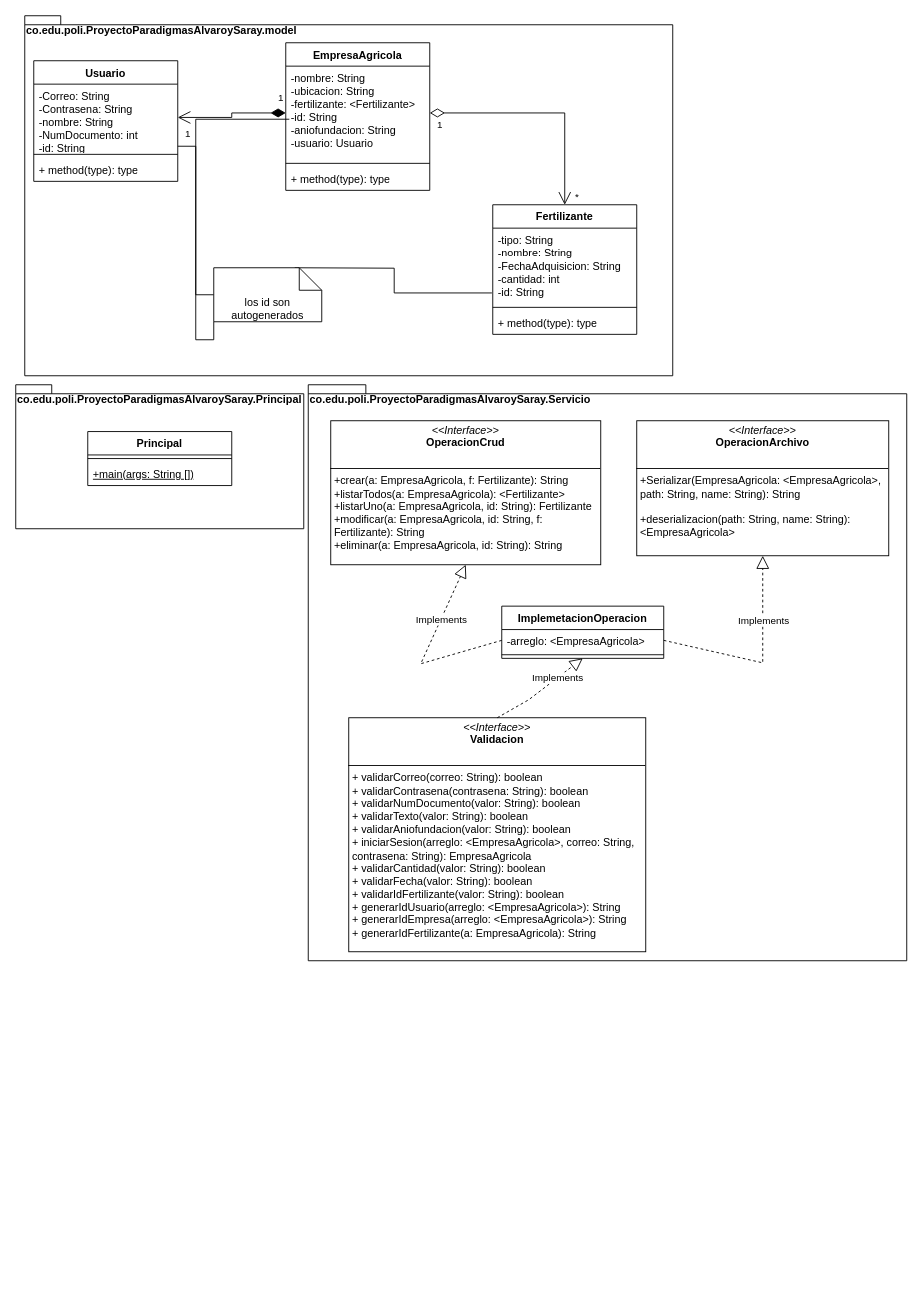
alvaro-555/ProyectoParadigmasAlvaroySaray keeps this draw.io diagram as Diagrama/ProyectoParadigmas.drawio. Above is the earlier version. Source tidied: cells renumbered, new cells numbered last; positions are measured from the earlier drawing's top-left corner, leaving out a move shared by most shapes. Both pictures are drawn from the tidied source at 90%, with x=0, y=0 at pixel (15, 15).
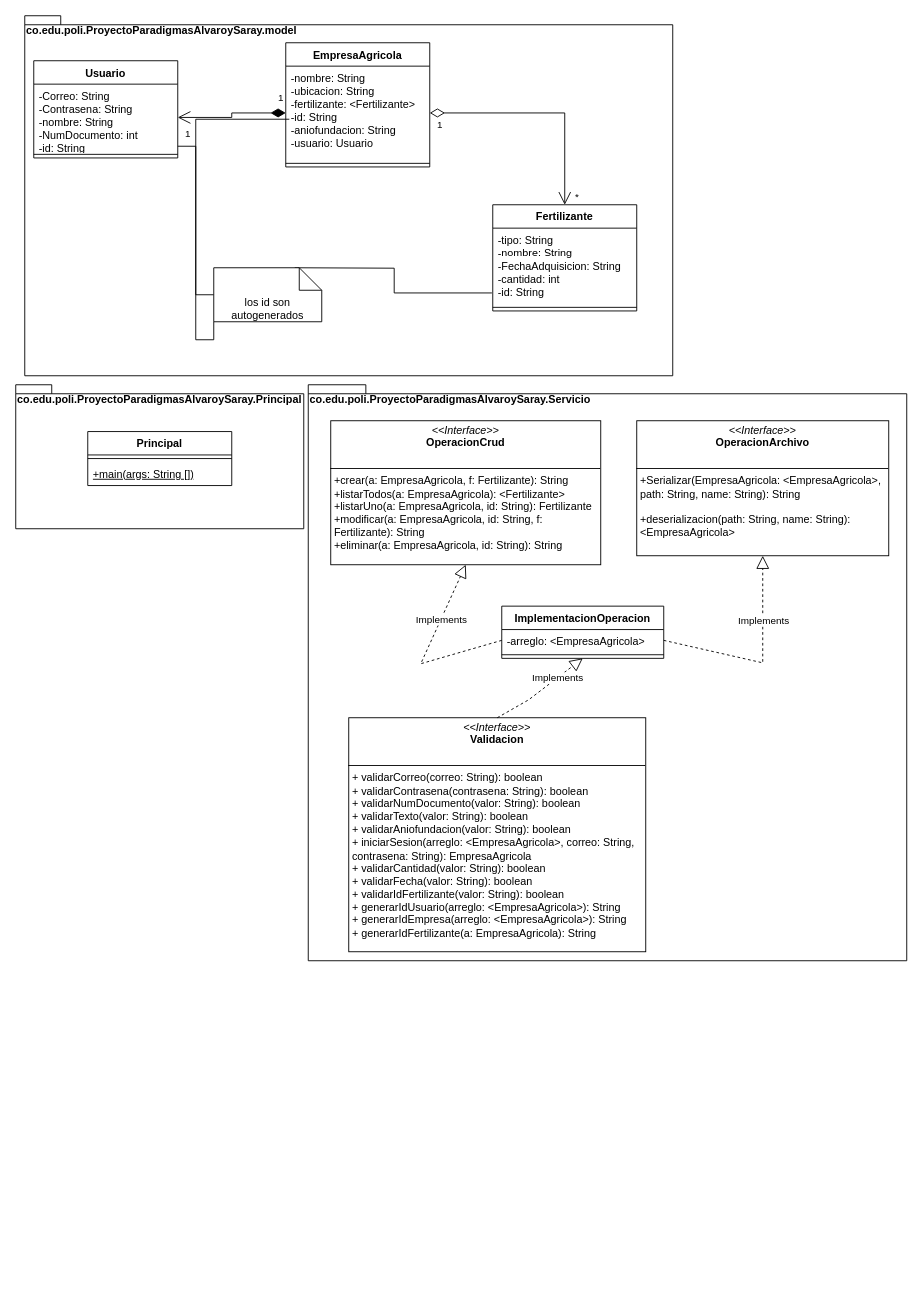
The same diagram, later.

Commit message (it also covers changes not shown here):
se sube el proyecto de paradigmas (gestion de fertilizantes)

The edit, as a diff of the source:
```diff
@@
     <mxCell id="5" value="EmpresaAgricola" style="swimlane;fontStyle=1;align=center;verticalAlign=top;horizontal=1;startSize=26;whiteSpace=wrap;html=1;" parent="1" vertex="1">
-      <mxGeometry x="300" y="30" width="160" height="164" as="geometry" />
+      <mxGeometry x="300" y="30" width="160" height="138" as="geometry" />
     </mxCell>
@@
-    <mxCell id="8" value="+ method(type): type" style="text;strokeColor=none;fillColor=none;align=left;verticalAlign=top;spacingLeft=4;spacingRight=4;overflow=hidden;whiteSpace=wrap;html=1;" parent="5" vertex="1">
-      <mxGeometry y="138" width="160" height="26" as="geometry" />
-    </mxCell>
     <mxCell id="9" value="Fertilizante" style="swimlane;fontStyle=1;align=center;verticalAlign=top;horizontal=1;startSize=26;whiteSpace=wrap;html=1;" parent="1" vertex="1">
-      <mxGeometry x="530" y="210" width="160" height="144" as="geometry" />
+      <mxGeometry x="530" y="210" width="160" height="118" as="geometry" />
     </mxCell>
@@
-    <mxCell id="12" value="+ method(type): type" style="text;strokeColor=none;fillColor=none;align=left;verticalAlign=top;spacingLeft=4;spacingRight=4;overflow=hidden;whiteSpace=wrap;html=1;" parent="9" vertex="1">
-      <mxGeometry y="118" width="160" height="26" as="geometry" />
-    </mxCell>
     <mxCell id="13" value="Usuario" style="swimlane;fontStyle=1;align=center;verticalAlign=top;horizontal=1;startSize=26;whiteSpace=wrap;html=1;" parent="1" vertex="1">
-      <mxGeometry x="20" y="50" width="160" height="134" as="geometry" />
+      <mxGeometry x="20" y="50" width="160" height="108" as="geometry" />
     </mxCell>
@@
-    <mxCell id="16" value="+ method(type): type" style="text;strokeColor=none;fillColor=none;align=left;verticalAlign=top;spacingLeft=4;spacingRight=4;overflow=hidden;whiteSpace=wrap;html=1;" parent="13" vertex="1">
-      <mxGeometry y="108" width="160" height="26" as="geometry" />
-    </mxCell>
@@
-    <mxCell id="26" value="ImplemetacionOperacion" style="swimlane;fontStyle=1;align=center;verticalAlign=top;horizontal=1;startSize=26;whiteSpace=wrap;html=1;" parent="1" vertex="1">
+    <mxCell id="26" value="ImplementacionOperacion" style="swimlane;fontStyle=1;align=center;verticalAlign=top;horizontal=1;startSize=26;whiteSpace=wrap;html=1;" parent="1" vertex="1">
       <mxGeometry x="540" y="656" width="180" height="58" as="geometry" />
     </mxCell>
```
